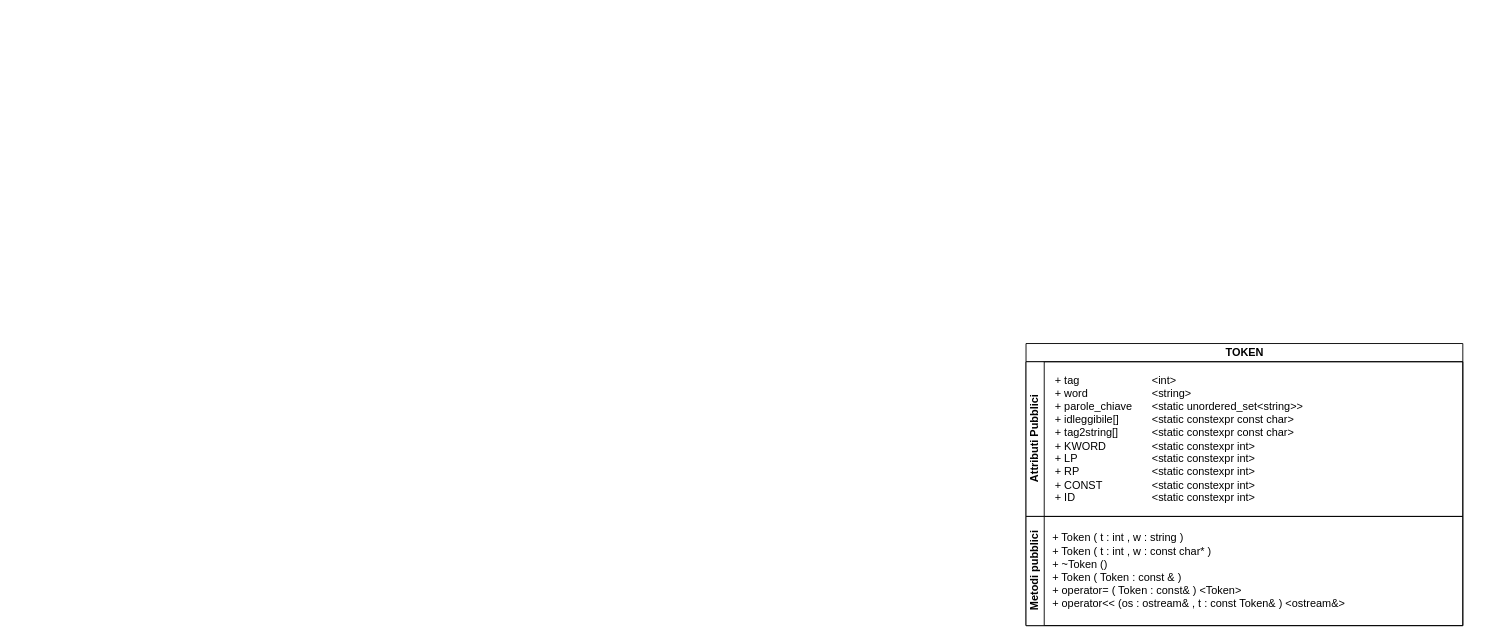
This is SecondoAnno/SecondoSemestre/Algoritmi&Computazione/Interprete/Untitled Diagram.drawio from mora4l/Uni, a draw.io file, before an edit. Source tidied: cells renumbered, new cells numbered last; positions are measured from the earlier drawing's top-left corner, leaving out a move shared by most shapes. Both pictures are drawn from the tidied source at 91%, with x=0, y=0 at pixel (989, 343).
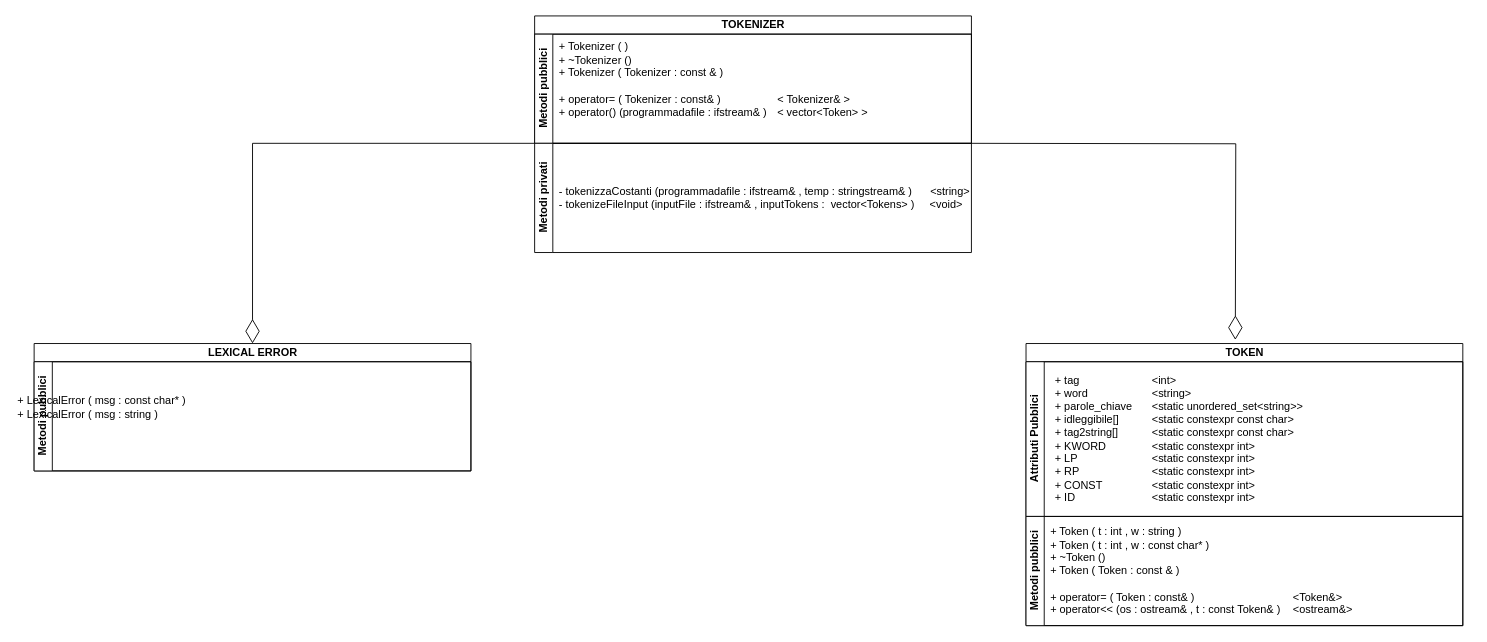
The same page after the edit.

What changed in the source:
```diff
@@
 <mxGraphModel>
   <root>
     <mxCell id="0" />
     <mxCell id="1" parent="0" />
     <mxCell id="2" value="TOKEN" style="swimlane;horizontal=1;startSize=20;html=1;" parent="1" vertex="1">
       <mxGeometry x="40" width="480" height="310" as="geometry" />
     </mxCell>
     <mxCell id="3" value="Attributi Pubblici" style="swimlane;startSize=20;horizontal=0;html=1;" parent="2" vertex="1">
       <mxGeometry y="20" width="480" height="170" as="geometry" />
     </mxCell>
     <mxCell id="4" value="&lt;div align=&quot;left&quot;&gt;+ tag &lt;span style=&quot;white-space: pre;&quot;&gt;&#9;&lt;/span&gt;&lt;span style=&quot;white-space: pre;&quot;&gt;&#9;&lt;/span&gt;&lt;span style=&quot;white-space: pre;&quot;&gt;&#9;&lt;/span&gt;&amp;lt;int&amp;gt;&lt;br&gt;+ word &lt;span style=&quot;white-space: pre;&quot;&gt;&#9;&lt;/span&gt;&lt;span style=&quot;white-space: pre;&quot;&gt;&#9;&lt;/span&gt;&lt;span style=&quot;white-space: pre;&quot;&gt;&#9;&lt;/span&gt;&amp;lt;string&amp;gt;&lt;br&gt;+ parole_chiave &lt;span style=&quot;white-space: pre;&quot;&gt;&#9;&lt;/span&gt;&amp;lt;static unordered_set&amp;lt;string&amp;gt;&amp;gt;&lt;br&gt;+ idleggibile[] &lt;span style=&quot;white-space: pre;&quot;&gt;&#9;&lt;/span&gt;&lt;span style=&quot;white-space: pre;&quot;&gt;&#9;&lt;/span&gt;&amp;lt;static constexpr const char&amp;gt;&lt;br&gt;+ tag2string[] &lt;span style=&quot;white-space: pre;&quot;&gt;&#9;&lt;/span&gt;&lt;span style=&quot;white-space: pre;&quot;&gt;&#9;&lt;/span&gt;&amp;lt;static constexpr const char&amp;gt;&lt;br&gt;+ KWORD &lt;span style=&quot;white-space: pre;&quot;&gt;&#9;&lt;/span&gt;&lt;span style=&quot;white-space: pre;&quot;&gt;&#9;&lt;/span&gt;&amp;lt;static constexpr int&amp;gt;&lt;br&gt;+ LP &lt;span style=&quot;white-space: pre;&quot;&gt;&#9;&lt;/span&gt;&lt;span style=&quot;white-space: pre;&quot;&gt;&#9;&lt;/span&gt;&lt;span style=&quot;white-space: pre;&quot;&gt;&#9;&lt;/span&gt;&amp;lt;static constexpr int&amp;gt;&lt;br&gt;+ RP &lt;span style=&quot;white-space: pre;&quot;&gt;&#9;&lt;/span&gt;&lt;span style=&quot;white-space: pre;&quot;&gt;&#9;&lt;/span&gt;&lt;span style=&quot;white-space: pre;&quot;&gt;&#9;&lt;/span&gt;&amp;lt;static constexpr int&amp;gt;&lt;br&gt;+ CONST &lt;span style=&quot;white-space: pre;&quot;&gt;&#9;&lt;/span&gt;&lt;span style=&quot;white-space: pre;&quot;&gt;&#9;&lt;/span&gt;&amp;lt;static constexpr int&amp;gt;&lt;br&gt;+ ID &lt;span style=&quot;white-space: pre;&quot;&gt;&#9;&lt;/span&gt;&lt;span style=&quot;white-space: pre;&quot;&gt;&#9;&lt;/span&gt;&lt;span style=&quot;white-space: pre;&quot;&gt;&#9;&lt;/span&gt;&amp;lt;static constexpr int&amp;gt;&lt;/div&gt;" style="text;html=1;whiteSpace=wrap;strokeColor=none;fillColor=none;align=left;verticalAlign=middle;rounded=0;" parent="3" vertex="1">
       <mxGeometry x="30" y="15" width="460" height="140" as="geometry" />
     </mxCell>
     <mxCell id="5" value="Metodi pubblici" style="swimlane;startSize=20;horizontal=0;html=1;" parent="2" vertex="1">
       <mxGeometry y="190" width="480" height="120" as="geometry" />
     </mxCell>
-    <mxCell id="6" value="&lt;div align=&quot;left&quot;&gt;+ Token ( t : int , w : string )&amp;nbsp;&lt;br&gt;+ Token ( t : int , w : const char* )&lt;br&gt;+ ~Token ()&lt;br&gt;+ Token ( Token : const &amp;amp; )&lt;br&gt;+ operator= ( Token : const&amp;amp; ) &amp;lt;Token&amp;gt;&lt;br&gt;+ operator&amp;lt;&amp;lt; (os : ostream&amp;amp; , t : const Token&amp;amp; ) &amp;lt;ostream&amp;amp;&amp;gt;&lt;/div&gt;" style="text;html=1;whiteSpace=wrap;strokeColor=none;fillColor=none;align=center;verticalAlign=middle;rounded=0;" parent="5" vertex="1">
-      <mxGeometry x="-40" width="460" height="120" as="geometry" />
+    <mxCell id="6" value="&lt;div&gt;+ Token ( t : int , w : string )&amp;nbsp;&lt;br&gt;+ Token ( t : int , w : const char* )&lt;br&gt;+ ~Token ()&lt;br&gt;+ Token ( Token : const &amp;amp; )&lt;br&gt;&lt;br&gt;+ operator= ( Token : const&amp;amp; ) &lt;span style=&quot;white-space: pre;&quot;&gt;&#9;&lt;/span&gt;&lt;span style=&quot;white-space: pre;&quot;&gt;&#9;&lt;/span&gt;&lt;span style=&quot;white-space: pre;&quot;&gt;&#9;&lt;/span&gt;&lt;span style=&quot;white-space: pre;&quot;&gt;&#9;&lt;/span&gt;&amp;lt;Token&amp;amp;&amp;gt;&lt;br&gt;+ operator&amp;lt;&amp;lt; (os : ostream&amp;amp; , t : const Token&amp;amp; ) &lt;span style=&quot;white-space: pre;&quot;&gt;&#9;&lt;/span&gt;&amp;lt;ostream&amp;amp;&amp;gt;&lt;/div&gt;" style="text;html=1;whiteSpace=wrap;strokeColor=none;fillColor=none;align=left;verticalAlign=middle;rounded=0;" parent="5" vertex="1">
+      <mxGeometry x="25" width="460" height="120" as="geometry" />
     </mxCell>
+    <mxCell id="7" value="TOKENIZER" style="swimlane;horizontal=1;startSize=20;html=1;" parent="1" vertex="1">
+      <mxGeometry x="-500" y="-360" width="480" height="140" as="geometry" />
+    </mxCell>
+    <mxCell id="8" value="Metodi pubblici" style="swimlane;startSize=20;horizontal=0;html=1;" parent="7" vertex="1">
+      <mxGeometry y="20" width="480" height="120" as="geometry" />
+    </mxCell>
+    <mxCell id="9" value="&lt;div align=&quot;left&quot;&gt;+ Tokenizer ( )&amp;nbsp;&lt;br&gt;+ ~Tokenizer ()&lt;br&gt;+ Tokenizer ( Tokenizer : const &amp;amp; )&lt;br&gt;&lt;br&gt;+ operator= ( Tokenizer : const&amp;amp; ) &lt;span style=&quot;white-space: pre;&quot;&gt;&#9;&lt;/span&gt;&lt;span style=&quot;white-space: pre;&quot;&gt;&#9;&lt;/span&gt;&lt;span style=&quot;white-space: pre;&quot;&gt;&#9;&lt;/span&gt;&amp;lt; Tokenizer&amp;amp; &amp;gt;&lt;br&gt;+ operator() (programmadafile : ifstream&amp;amp; ) &lt;span style=&quot;white-space: pre;&quot;&gt;&#9;&lt;/span&gt;&amp;lt; vector&amp;lt;Token&amp;gt; &amp;gt;&lt;/div&gt;" style="text;html=1;whiteSpace=wrap;strokeColor=none;fillColor=none;align=left;verticalAlign=middle;rounded=0;" parent="8" vertex="1">
+      <mxGeometry x="25" y="-10" width="460" height="120" as="geometry" />
+    </mxCell>
+    <mxCell id="10" value="Metodi privati" style="swimlane;startSize=20;horizontal=0;html=1;" parent="1" vertex="1">
+      <mxGeometry x="-500" y="-220" width="480" height="120" as="geometry" />
+    </mxCell>
+    <mxCell id="11" value="- tokenizzaCostanti (programmadafile : ifstream&amp;amp; , temp : stringstream&amp;amp; )&amp;nbsp; &amp;nbsp; &amp;nbsp; &amp;lt;string&amp;gt;&lt;br&gt;- tokenizeFileInput (inputFile : ifstream&amp;amp; , inputTokens :&amp;nbsp; vector&amp;lt;Tokens&amp;gt; )&amp;nbsp; &amp;nbsp; &amp;nbsp;&amp;lt;void&amp;gt;" style="text;html=1;whiteSpace=wrap;strokeColor=none;fillColor=none;align=left;verticalAlign=middle;rounded=0;" parent="10" vertex="1">
+      <mxGeometry x="25" width="460" height="120" as="geometry" />
+    </mxCell>
+    <mxCell id="12" value="LEXICAL ERROR" style="swimlane;horizontal=1;startSize=20;html=1;" parent="1" vertex="1">
+      <mxGeometry x="-1050" width="480" height="140" as="geometry" />
+    </mxCell>
+    <mxCell id="13" value="Metodi pubblici" style="swimlane;startSize=20;horizontal=0;html=1;" parent="12" vertex="1">
+      <mxGeometry y="20" width="480" height="120" as="geometry" />
+    </mxCell>
+    <mxCell id="14" value="+ LexicalError ( msg : const char* )&amp;nbsp;&lt;br&gt;+ LexicalError ( msg : string )&amp;nbsp;" style="text;html=1;whiteSpace=wrap;strokeColor=none;fillColor=none;align=left;verticalAlign=middle;rounded=0;" parent="13" vertex="1">
+      <mxGeometry x="-20" y="-10" width="460" height="120" as="geometry" />
+    </mxCell>
+    <mxCell id="15" style="endArrow=diamondThin;endFill=0;endSize=24;html=1;rounded=0;edgeStyle=orthogonalEdgeStyle;exitX=1;exitY=0;exitDx=0;exitDy=0;" parent="1" edge="1">
+      <mxGeometry relative="1" as="geometry">
+        <mxPoint x="-20" y="-220" as="sourcePoint" />
+        <mxPoint x="270" y="-4" as="targetPoint" />
+      </mxGeometry>
+    </mxCell>
+    <mxCell id="16" style="endArrow=diamondThin;endFill=0;endSize=24;html=1;rounded=0;entryX=0.5;entryY=0;entryDx=0;entryDy=0;edgeStyle=orthogonalEdgeStyle;" parent="1" edge="1" target="12">
+      <mxGeometry relative="1" as="geometry">
+        <mxPoint x="-500" y="-220" as="sourcePoint" />
+        <Array as="points">
+          <mxPoint x="-810" y="-220" />
+        </Array>
+      </mxGeometry>
+    </mxCell>
   </root>
 </mxGraphModel>
```
